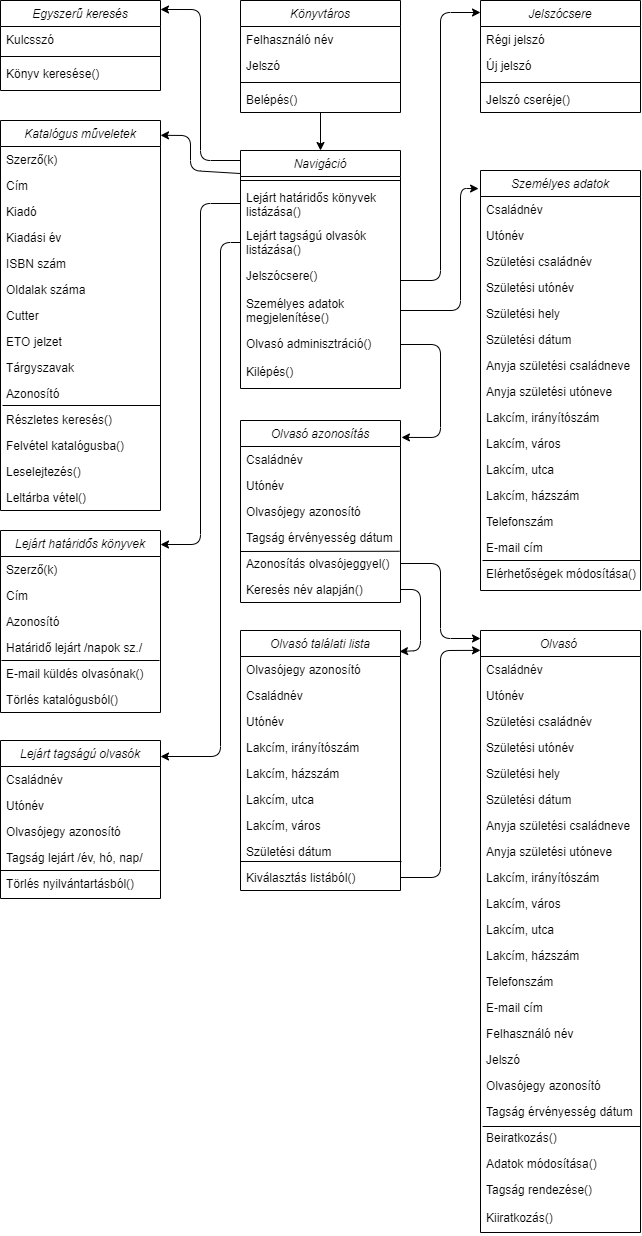
The draw.io diagram Doc/image/konyvtaros_hatarosztalyai.png in BoCiMaja/AFP2020_1_Lev_Csop2, before a commit. Source tidied: cells renumbered, new cells last; positions are measured from the earlier drawing's top-left corner, leaving out a move shared by most shapes.
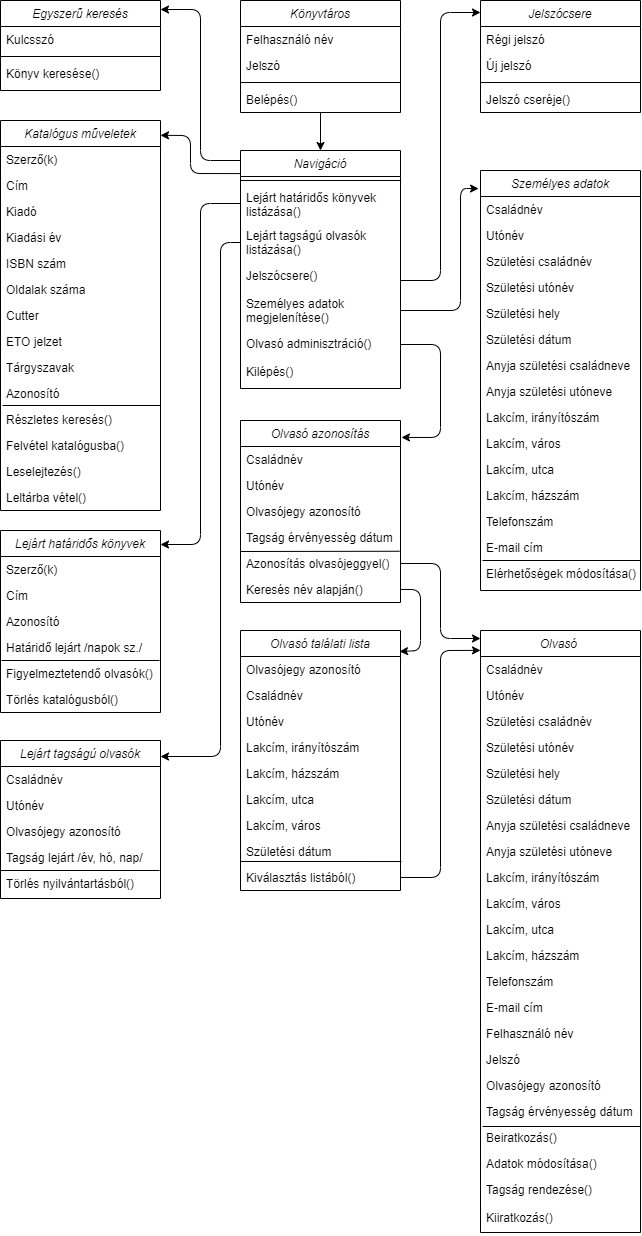
After the commit.

Commit message:
Könyvtáros határosztályai módosítása

Change to the diagram source:
```diff
@@ -170,7 +170,7 @@
     <mxCell id="54" value="Határidő lejárt /napok sz./" style="text;align=left;verticalAlign=top;spacingLeft=4;spacingRight=4;overflow=hidden;rounded=0;shadow=0;html=0;" parent="49" vertex="1">
       <mxGeometry y="104" width="160" height="26" as="geometry" />
     </mxCell>
-    <mxCell id="55" value="E-mail küldés olvasónak()" style="text;align=left;verticalAlign=top;spacingLeft=4;spacingRight=4;overflow=hidden;rounded=0;shadow=0;html=0;" parent="49" vertex="1">
+    <mxCell id="55" value="Figyelmeztetendő olvasók()" style="text;align=left;verticalAlign=top;spacingLeft=4;spacingRight=4;overflow=hidden;rounded=0;shadow=0;html=0;" parent="49" vertex="1">
       <mxGeometry y="130" width="160" height="26" as="geometry" />
     </mxCell>
     <mxCell id="56" value="Törlés katalógusból()" style="text;align=left;verticalAlign=top;spacingLeft=4;spacingRight=4;overflow=hidden;rounded=0;shadow=0;html=0;" parent="49" vertex="1">
@@ -189,7 +189,7 @@
     <mxCell id="58" style="endArrow=classic;html=1;entryX=1;entryY=0.038;entryDx=0;entryDy=0;entryPerimeter=0;exitX=0.006;exitY=0.097;exitDx=0;exitDy=0;exitPerimeter=0;" parent="1" edge="1" source="91" target="33">
       <mxGeometry relative="1" as="geometry">
         <Array as="points">
-          <mxPoint x="190" y="170" />
+          <mxPoint x="190" y="173" />
           <mxPoint x="190" y="135" />
         </Array>
       </mxGeometry>
```
